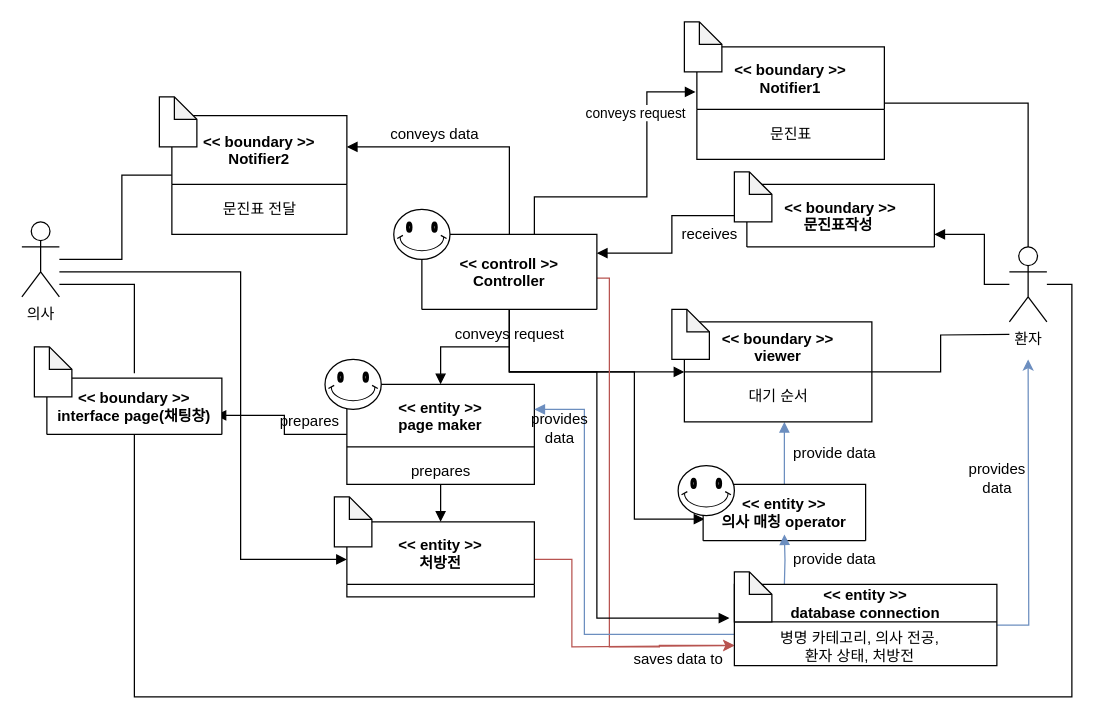
The draw.io diagram doctor/Domain model/UC1.drawio in yhb1834/Smart-Health-Prediction-System, before the edit. Source tidied: cells renumbered, new cells numbered last; positions are measured from the earlier drawing's top-left corner, leaving out a move shared by most shapes. Both pictures are drawn from the tidied source at 125%, with x=0, y=0 at pixel (21, 21).
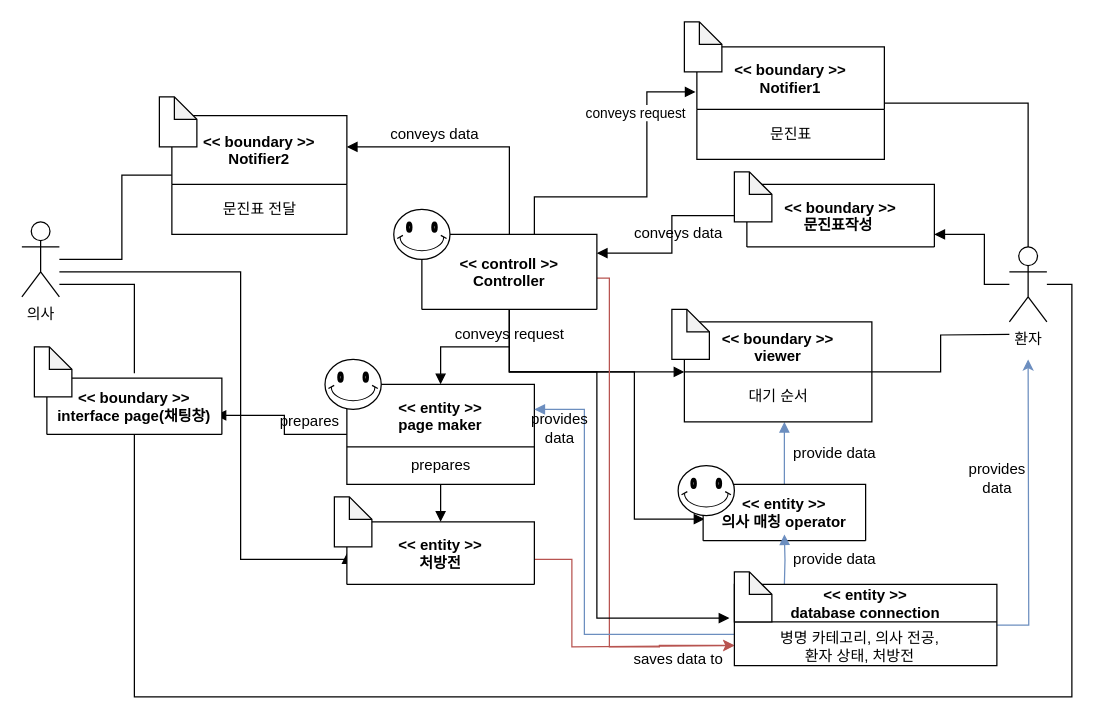
Above is the later version.

Unchanged cells that the change refers to:
```xml
<mxCell id="29" value="&lt;&lt; entity &gt;&gt;&#10;page maker" style="swimlane;startSize=50;" parent="1" vertex="1">
  <mxGeometry x="260" y="290" width="150" height="80" as="geometry" />
</mxCell>
```

The edit, as a diff of the source:
```diff
@@
     <mxCell id="30" value="prepares" style="text;html=1;align=center;verticalAlign=middle;strokeColor=none;" parent="29" vertex="1">
-      <mxGeometry x="45" y="60" width="60" height="20" as="geometry" />
+      <mxGeometry x="45" y="55" width="60" height="20" as="geometry" />
     </mxCell>
@@
     <mxCell id="32" value="&lt;&lt; entity &gt;&gt;&#10;처방전" style="swimlane;startSize=50;" parent="1" vertex="1">
-      <mxGeometry x="260" y="400" width="150" height="60" as="geometry" />
+      <mxGeometry x="260" y="400" width="150" height="50" as="geometry" />
     </mxCell>
@@
-    <mxCell id="58" value="receives" style="text;html=1;align=center;verticalAlign=middle;strokeColor=none;" parent="1" vertex="1">
-      <mxGeometry x="520" y="160" width="60" height="20" as="geometry" />
-    </mxCell>
@@
+    <mxCell id="62" value="conveys data" style="text;html=1;align=center;verticalAlign=middle;strokeColor=none;" parent="1" vertex="1">
+      <mxGeometry x="484.5" y="160" width="81" height="18" as="geometry" />
+    </mxCell>
```
